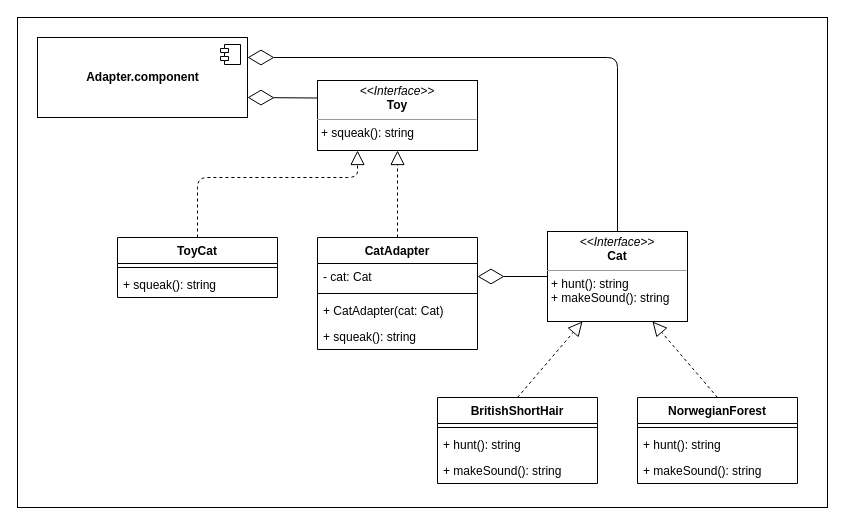
Before: drawio/06. Adapter example.drawio in Itchimonji/design-patterns-in-angular, a draw.io diagram. Source tidied: cells renumbered, new cells numbered last; positions are measured from the earlier drawing's top-left corner, leaving out a move shared by most shapes. Both pictures are drawn from the tidied source at 100%, with x=0, y=0 at pixel (17, 17).
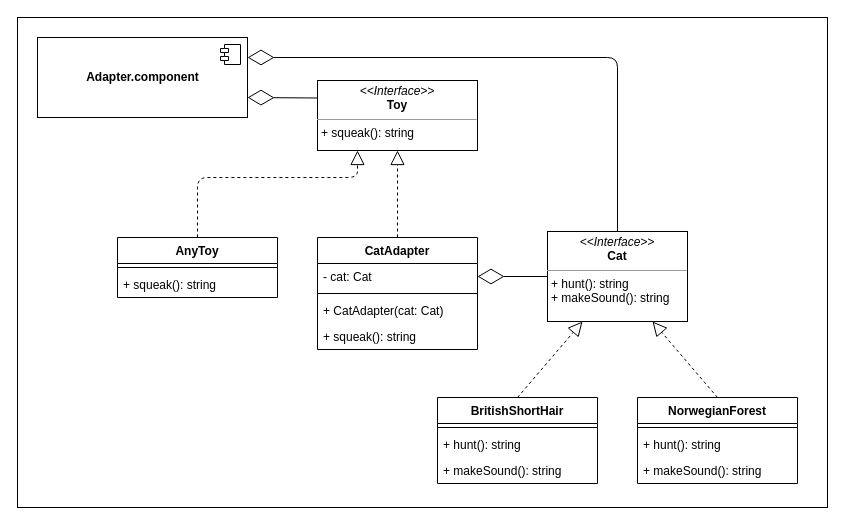
After the change.

Diff of the diagram source:
```diff
@@
-    <mxCell id="5" value="ToyCat" style="swimlane;fontStyle=1;align=center;verticalAlign=top;horizontal=1;startSize=26;" parent="1" vertex="1">
+    <mxCell id="5" value="AnyToy" style="swimlane;fontStyle=1;align=center;verticalAlign=top;horizontal=1;startSize=26;" parent="1" vertex="1">
       <mxGeometry x="100" y="220" width="160" height="60" as="geometry" />
     </mxCell>
```
